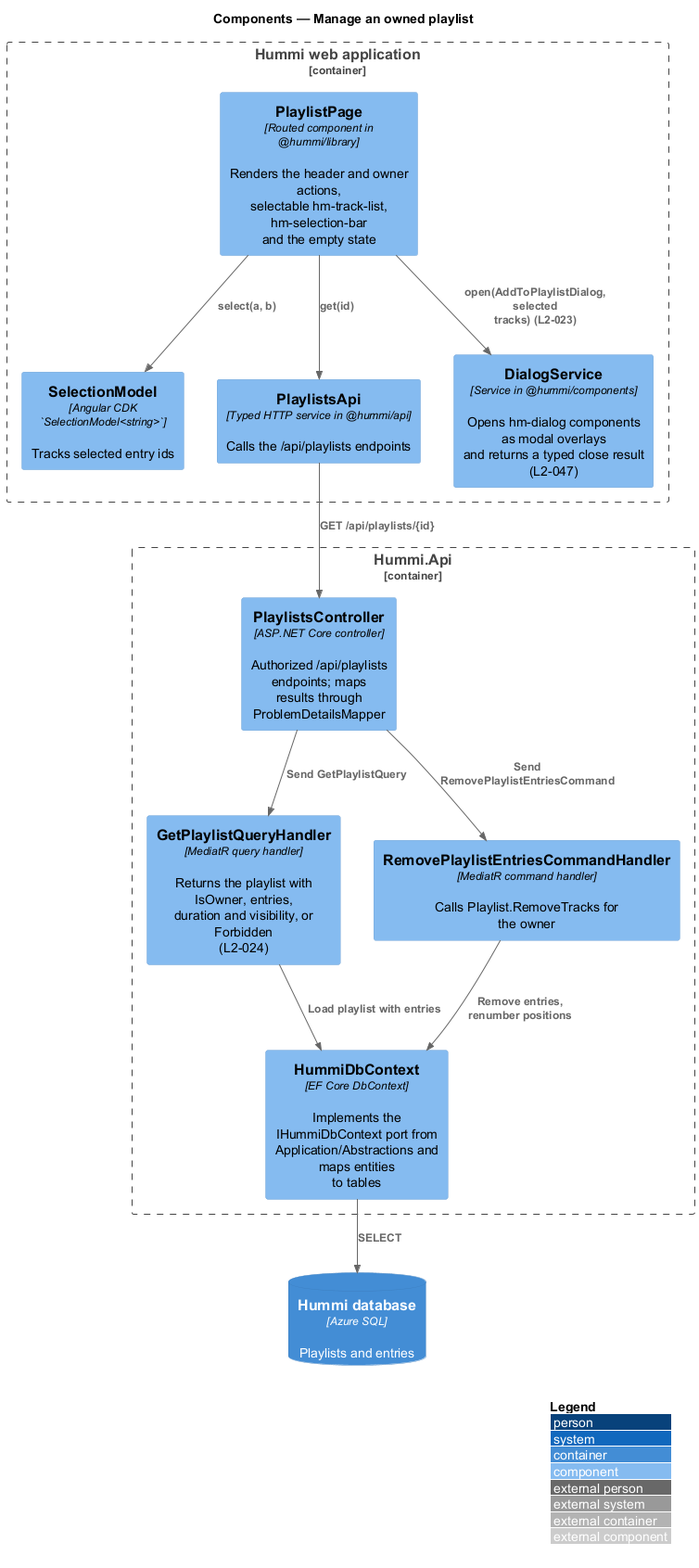
The PlantUML diagram docs/detailed-designs/library/manage-own-playlist/diagrams/c4-component.png in QuinntyneBrown/hummi, before a commit.
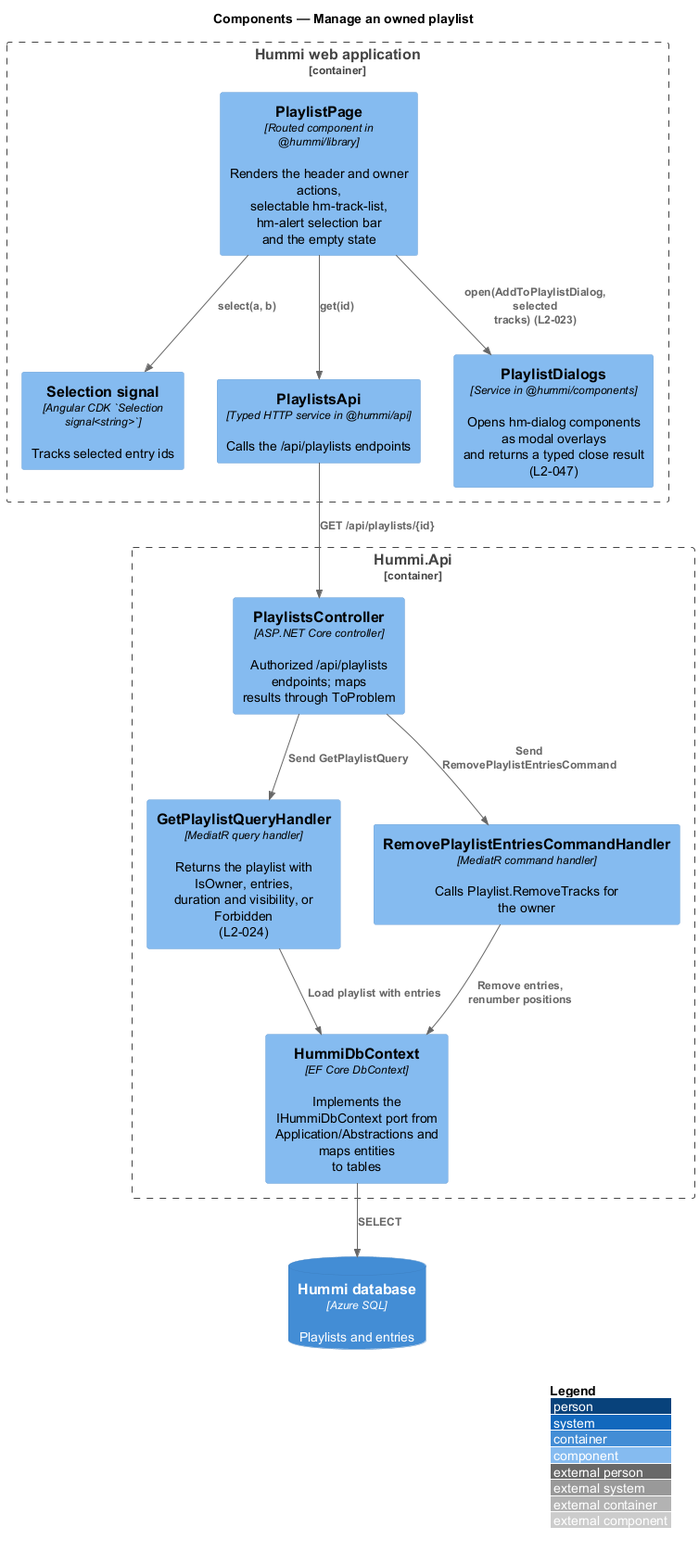
Above is the later version.

What changed in the source:
```diff
@@ -4,13 +4,13 @@
 title Components — Manage an owned playlist
 
 Container_Boundary(spa, "Hummi web application") {
-  Component(page, "PlaylistPage", "Routed component in @hummi/library", "Renders the header and owner actions,\nselectable hm-track-list, hm-selection-bar\nand the empty state")
-  Component(sel, "SelectionModel", "Angular CDK `SelectionModel<string>`", "Tracks selected entry ids")
+  Component(page, "PlaylistPage", "Routed component in @hummi/library", "Renders the header and owner actions,\nselectable hm-track-list, hm-alert selection bar\nand the empty state")
+  Component(sel, "Selection signal", "Angular CDK `Selection signal<string>`", "Tracks selected entry ids")
   Component(client, "PlaylistsApi", "Typed HTTP service in @hummi/api", "Calls the /api/playlists endpoints")
-  Component(dialogs, "DialogService", "Service in @hummi/components", "Opens hm-dialog components as modal overlays\nand returns a typed close result (L2-047)")
+  Component(dialogs, "PlaylistDialogs", "Service in @hummi/components", "Opens hm-dialog components as modal overlays\nand returns a typed close result (L2-047)")
 }
 Container_Boundary(api, "Hummi.Api") {
-  Component(ctl, "PlaylistsController", "ASP.NET Core controller", "Authorized /api/playlists endpoints; maps\nresults through ProblemDetailsMapper")
+  Component(ctl, "PlaylistsController", "ASP.NET Core controller", "Authorized /api/playlists endpoints; maps\nresults through ToProblem")
   Component(q, "GetPlaylistQueryHandler", "MediatR query handler", "Returns the playlist with IsOwner, entries,\nduration and visibility, or Forbidden\n(L2-024)")
   Component(cmd, "RemovePlaylistEntriesCommandHandler", "MediatR command handler", "Calls Playlist.RemoveTracks for the owner")
   Component(ctx, "HummiDbContext", "EF Core DbContext", "Implements the IHummiDbContext port from\nApplication/Abstractions and maps entities\nto tables")
```
